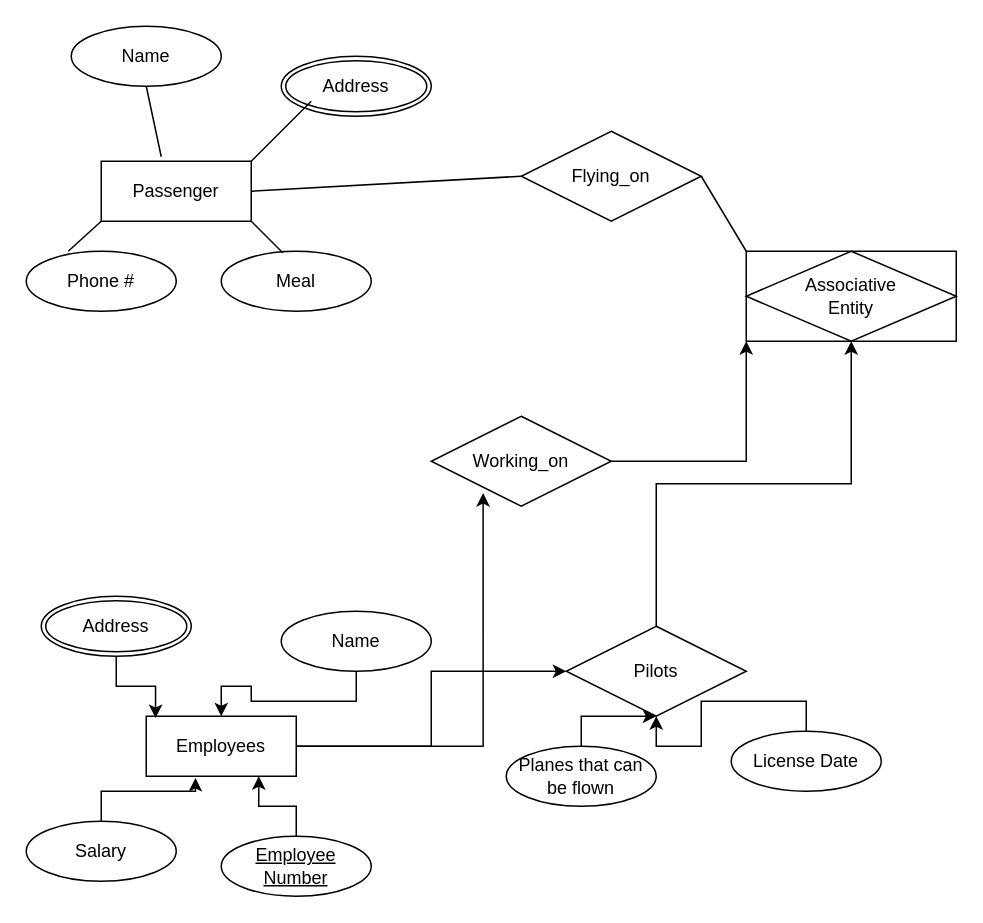
Before: AirportER.drawio in DanielOrtiz0220/Databases-SQL, a draw.io diagram. Source tidied: cells renumbered, new cells numbered last; positions are measured from the earlier drawing's top-left corner, leaving out a move shared by most shapes. Both pictures are drawn from the tidied source at 150%, with x=0, y=0 at pixel (26, 26).
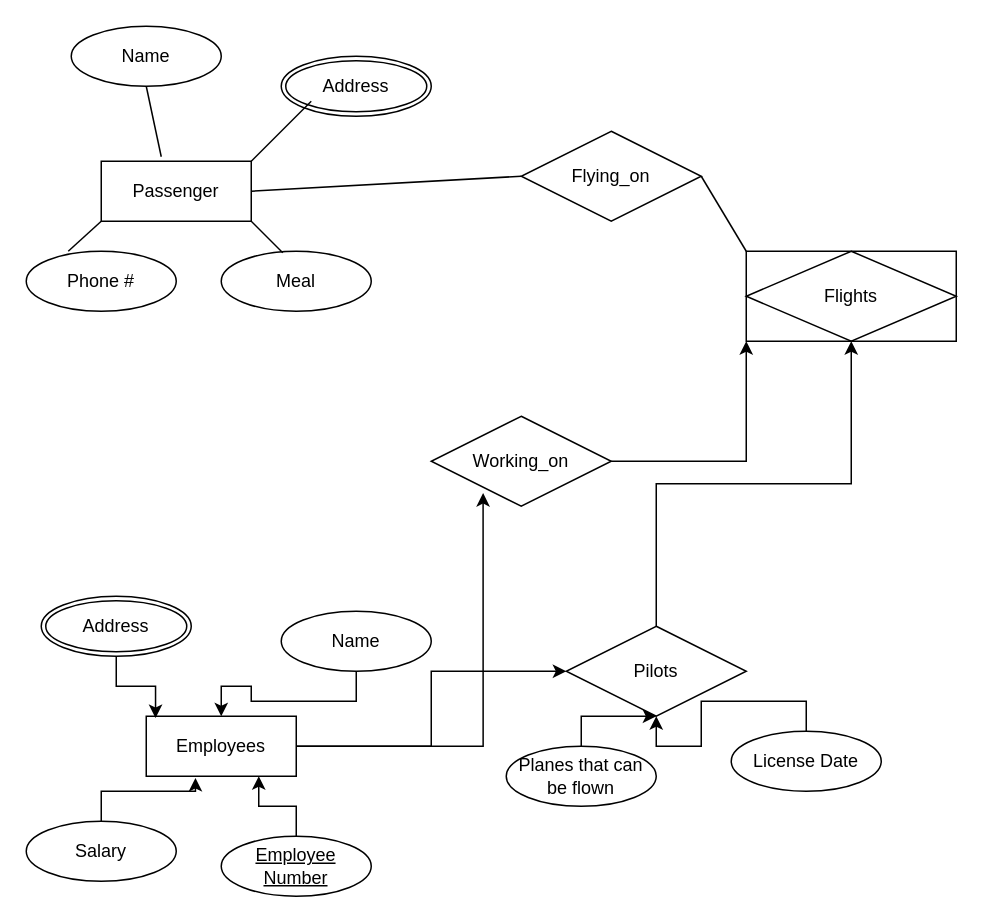
After the change.

The edit, as a diff of the source:
```diff
@@
-    <mxCell id="2" value="Associative&#10;Entity" style="shape=associativeEntity;whiteSpace=wrap;html=1;align=center;" parent="1" vertex="1">
+    <mxCell id="2" value="Flights" style="shape=associativeEntity;whiteSpace=wrap;html=1;align=center;" parent="1" vertex="1">
       <mxGeometry x="480" y="150" width="140" height="60" as="geometry" />
     </mxCell>
```
